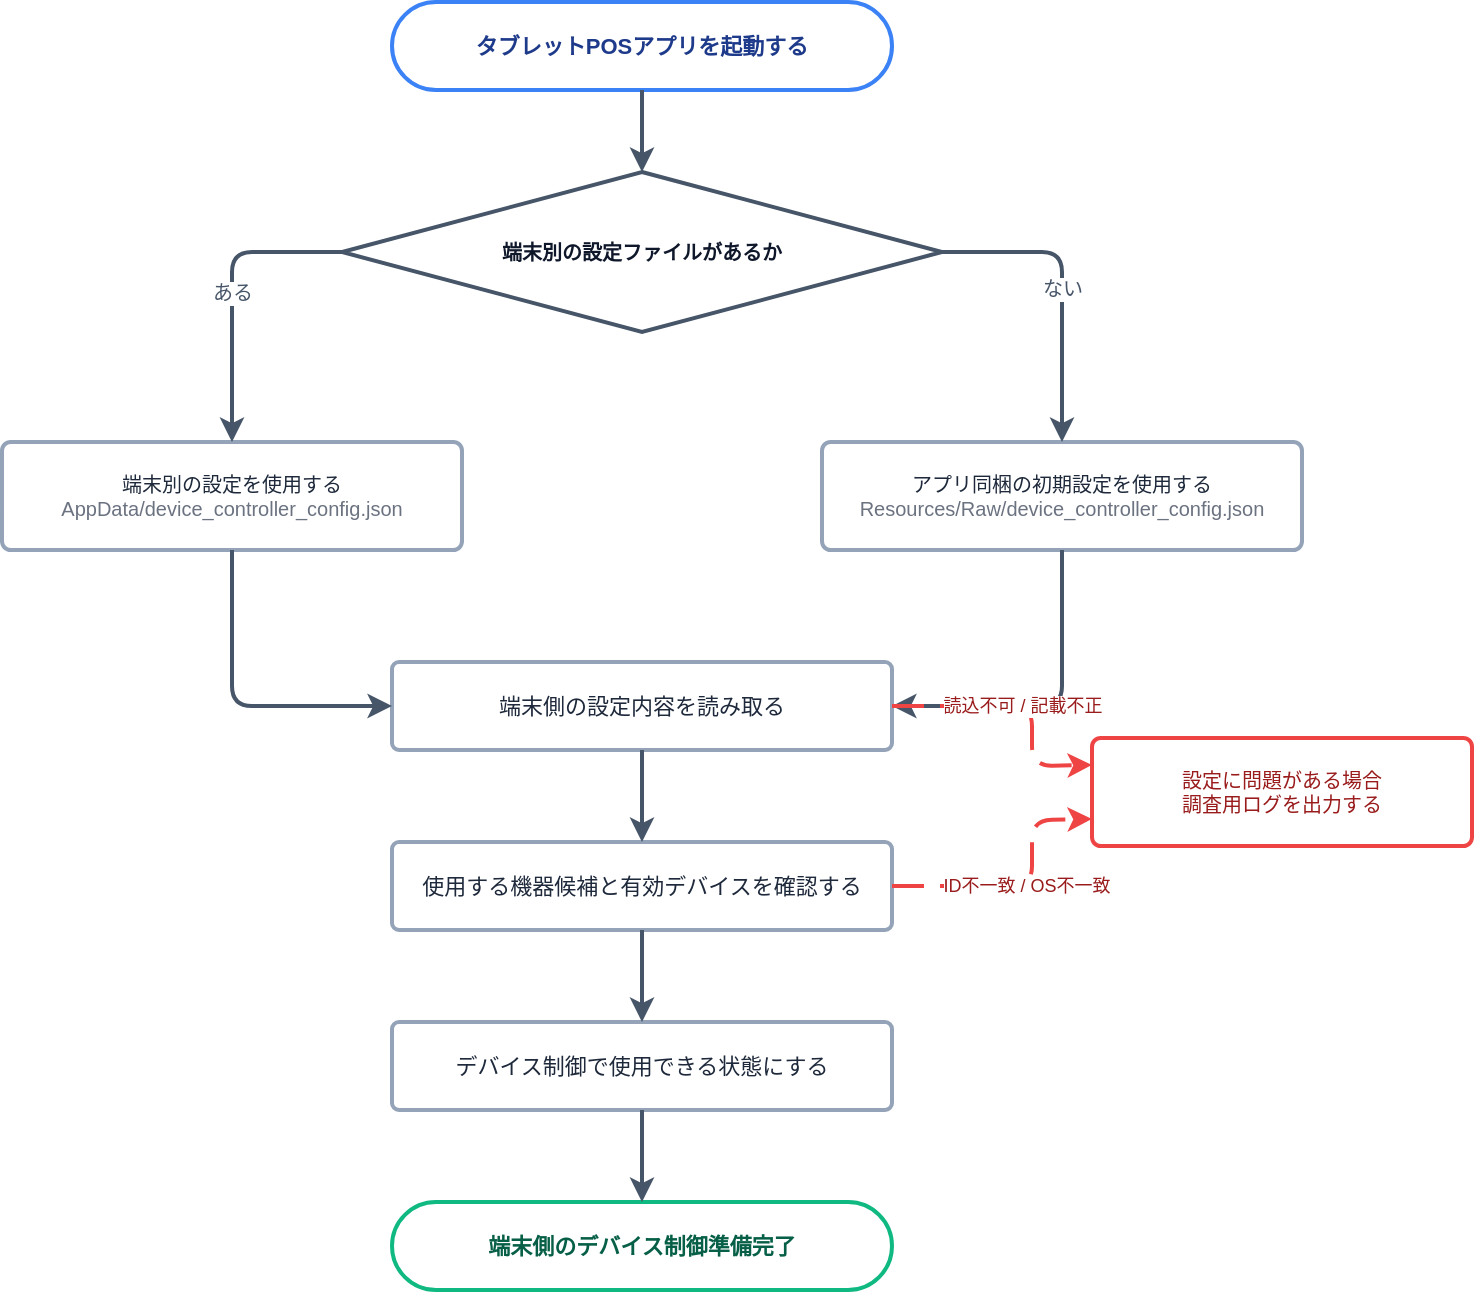
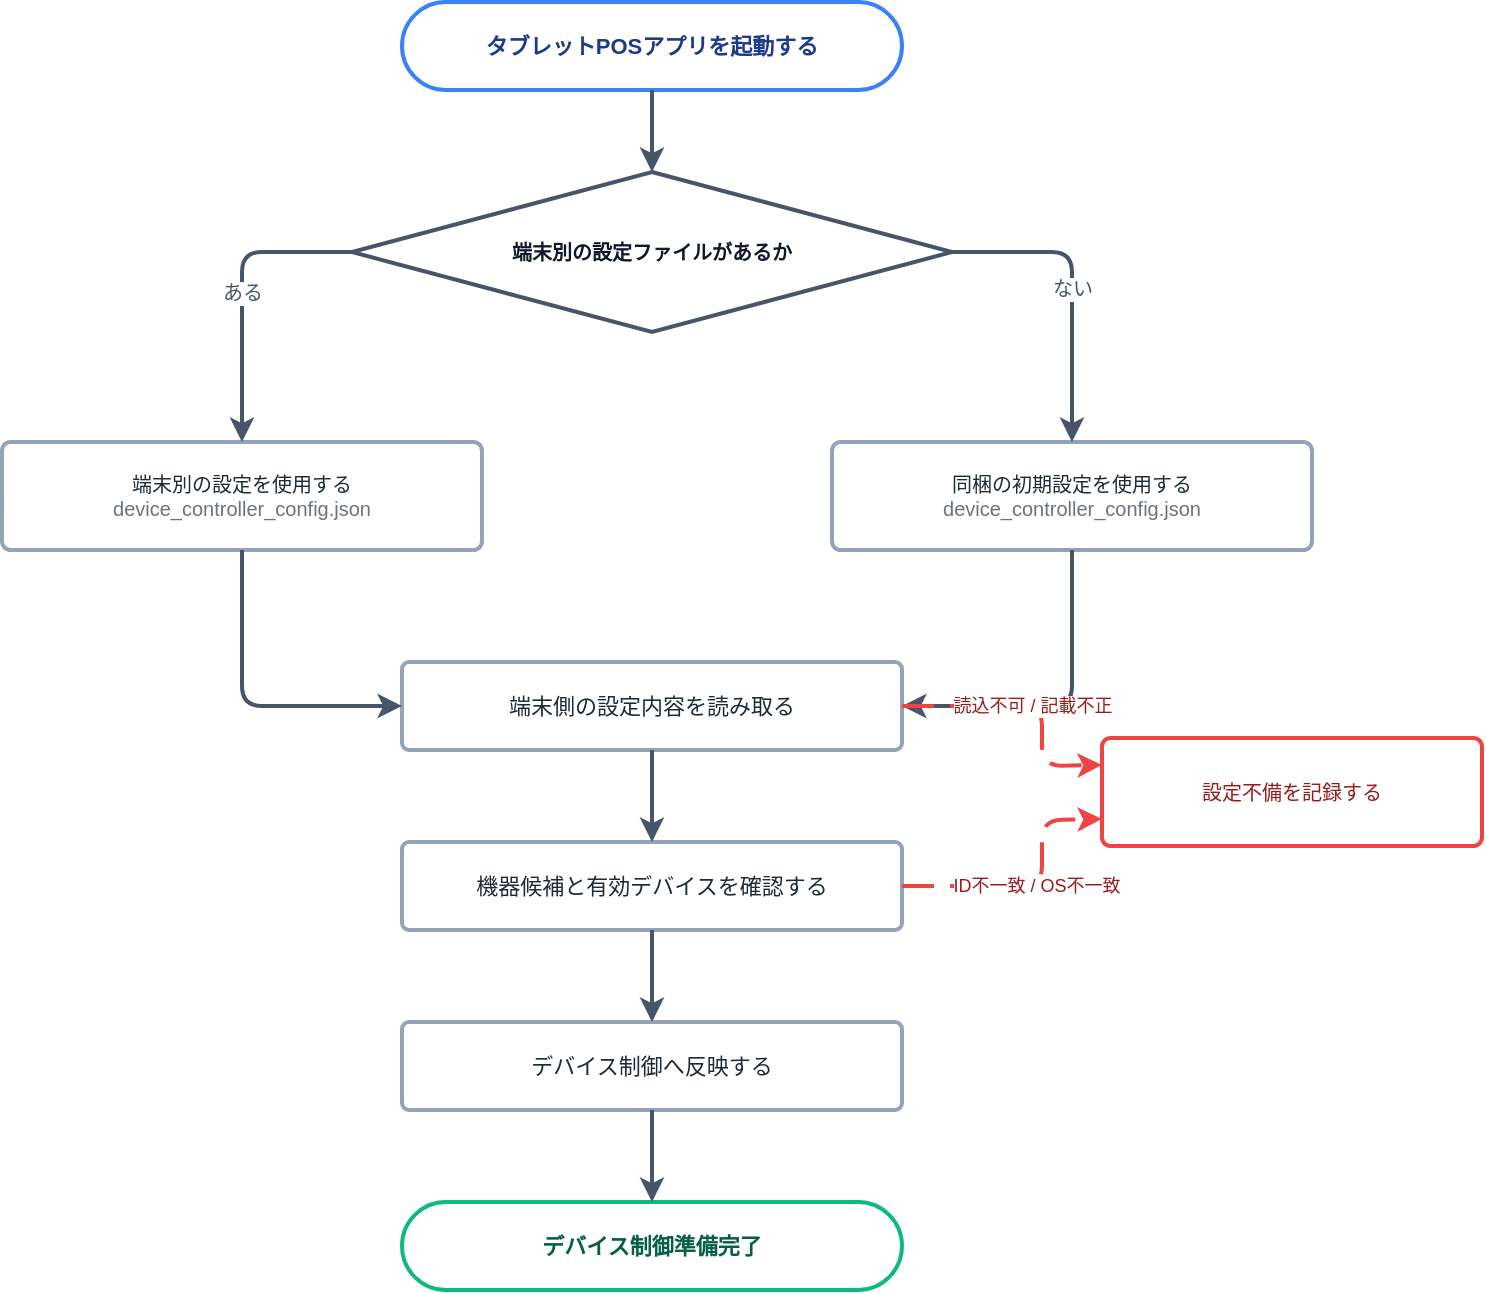
<mxfile host="Electron">
  <diagram name="device_controller_config_flow" id="dcc_flow_01">
    <mxGraphModel dx="1414" dy="841" grid="1" gridSize="10" guides="1" tooltips="1" connect="1" arrows="1" fold="1" page="1" pageScale="1" pageWidth="850" pageHeight="1100" background="#ffffff" math="0" shadow="0">
      <root>
        <mxCell id="0" />
        <mxCell id="1" parent="0" />
        <mxCell id="node_start" parent="1" style="rounded=1;whiteSpace=wrap;html=1;arcSize=50;fillColor=#FFFFFF;strokeColor=#3B82F6;strokeWidth=2;fontColor=#1E3A8A;fontStyle=1;fontSize=11;" value="タブレットPOSアプリを起動する" vertex="1">
          <mxGeometry height="44" width="250" x="245" y="110" as="geometry" />
        </mxCell>
        <mxCell id="node_check" parent="1" style="rhombus;whiteSpace=wrap;html=1;fillColor=#FFFFFF;strokeColor=#475569;strokeWidth=2;fontColor=#0F172A;fontStyle=1;fontSize=10;verticalAlign=middle;" value="端末別の設定ファイルがあるか" vertex="1">
          <mxGeometry height="80" width="300" x="220" y="195" as="geometry" />
        </mxCell>
-         <mxCell id="node_runtime" parent="1" style="rounded=1;whiteSpace=wrap;html=1;arcSize=8;fillColor=#FFFFFF;strokeColor=#94A3B8;strokeWidth=2;fontColor=#1E293B;fontStyle=0;fontSize=10;" value="端末別の設定を使用する&lt;br/&gt;&lt;font color=&quot;#6B7280&quot;&gt;AppData/device_controller_config.json&lt;/font&gt;" vertex="1">
-           <mxGeometry height="54" width="230" x="50" y="330" as="geometry" />
+         <mxCell id="node_runtime" parent="1" style="rounded=1;whiteSpace=wrap;html=1;arcSize=8;fillColor=#FFFFFF;strokeColor=#94A3B8;strokeWidth=2;fontColor=#1E293B;fontStyle=0;fontSize=10;" value="端末別の設定を使用する&lt;br/&gt;&lt;font color=&quot;#6B7280&quot;&gt;device_controller_config.json&lt;/font&gt;" vertex="1">
+           <mxGeometry height="54" width="240" x="45" y="330" as="geometry" />
        </mxCell>
-         <mxCell id="node_default" parent="1" style="rounded=1;whiteSpace=wrap;html=1;arcSize=8;fillColor=#FFFFFF;strokeColor=#94A3B8;strokeWidth=2;fontColor=#1E293B;fontStyle=0;fontSize=10;" value="アプリ同梱の初期設定を使用する&lt;br/&gt;&lt;font color=&quot;#6B7280&quot;&gt;Resources/Raw/device_controller_config.json&lt;/font&gt;" vertex="1">
+         <mxCell id="node_default" parent="1" style="rounded=1;whiteSpace=wrap;html=1;arcSize=8;fillColor=#FFFFFF;strokeColor=#94A3B8;strokeWidth=2;fontColor=#1E293B;fontStyle=0;fontSize=10;" value="同梱の初期設定を使用する&lt;br/&gt;&lt;font color=&quot;#6B7280&quot;&gt;device_controller_config.json&lt;/font&gt;" vertex="1">
          <mxGeometry height="54" width="240" x="460" y="330" as="geometry" />
        </mxCell>
        <mxCell id="node_read" parent="1" style="rounded=1;whiteSpace=wrap;html=1;arcSize=8;fillColor=#FFFFFF;strokeColor=#94A3B8;strokeWidth=2;fontColor=#1E293B;fontStyle=0;fontSize=11;" value="端末側の設定内容を読み取る" vertex="1">
          <mxGeometry height="44" width="250" x="245" y="440" as="geometry" />
        </mxCell>
-         <mxCell id="node_validate" parent="1" style="rounded=1;whiteSpace=wrap;html=1;arcSize=8;fillColor=#FFFFFF;strokeColor=#94A3B8;strokeWidth=2;fontColor=#1E293B;fontStyle=0;fontSize=11;" value="使用する機器候補と有効デバイスを確認する" vertex="1">
+         <mxCell id="node_validate" parent="1" style="rounded=1;whiteSpace=wrap;html=1;arcSize=8;fillColor=#FFFFFF;strokeColor=#94A3B8;strokeWidth=2;fontColor=#1E293B;fontStyle=0;fontSize=11;" value="機器候補と有効デバイスを確認する" vertex="1">
          <mxGeometry height="44" width="250" x="245" y="530" as="geometry" />
        </mxCell>
-         <mxCell id="node_apply" parent="1" style="rounded=1;whiteSpace=wrap;html=1;arcSize=8;fillColor=#FFFFFF;strokeColor=#94A3B8;strokeWidth=2;fontColor=#1E293B;fontStyle=0;fontSize=11;" value="デバイス制御で使用できる状態にする" vertex="1">
+         <mxCell id="node_apply" parent="1" style="rounded=1;whiteSpace=wrap;html=1;arcSize=8;fillColor=#FFFFFF;strokeColor=#94A3B8;strokeWidth=2;fontColor=#1E293B;fontStyle=0;fontSize=11;" value="デバイス制御へ反映する" vertex="1">
          <mxGeometry height="44" width="250" x="245" y="620" as="geometry" />
        </mxCell>
-         <mxCell id="node_ready" parent="1" style="rounded=1;whiteSpace=wrap;html=1;arcSize=50;fillColor=#FFFFFF;strokeColor=#10B981;strokeWidth=2;fontColor=#065F46;fontStyle=1;fontSize=11;" value="端末側のデバイス制御準備完了" vertex="1">
+         <mxCell id="node_ready" parent="1" style="rounded=1;whiteSpace=wrap;html=1;arcSize=50;fillColor=#FFFFFF;strokeColor=#10B981;strokeWidth=2;fontColor=#065F46;fontStyle=1;fontSize=11;" value="デバイス制御準備完了" vertex="1">
          <mxGeometry height="44" width="250" x="245" y="710" as="geometry" />
        </mxCell>
-         <mxCell id="node_error" parent="1" style="rounded=1;whiteSpace=wrap;html=1;arcSize=8;fillColor=#FFFFFF;strokeColor=#EF4444;strokeWidth=2;fontColor=#991B1B;fontStyle=0;fontSize=10;" value="設定に問題がある場合&lt;br/&gt;調査用ログを出力する" vertex="1">
+         <mxCell id="node_error" parent="1" style="rounded=1;whiteSpace=wrap;html=1;arcSize=8;fillColor=#FFFFFF;strokeColor=#EF4444;strokeWidth=2;fontColor=#991B1B;fontStyle=0;fontSize=10;" value="設定不備を記録する" vertex="1">
          <mxGeometry height="54" width="190" x="595" y="478" as="geometry" />
        </mxCell>
        <mxCell id="e_start_check" edge="1" parent="1" source="node_start" style="edgeStyle=orthogonalEdgeStyle;rounded=1;orthogonalLoop=1;jettySize=auto;html=1;strokeColor=#475569;strokeWidth=2;" target="node_check">
          <mxGeometry relative="1" as="geometry" />
        </mxCell>
        <mxCell id="e_check_runtime" edge="1" parent="1" source="node_check" style="edgeStyle=orthogonalEdgeStyle;rounded=1;orthogonalLoop=1;jettySize=auto;html=1;strokeColor=#475569;strokeWidth=2;fontColor=#475569;fontSize=10;labelBackgroundColor=#ffffff;exitX=0;exitY=0.5;exitDx=0;exitDy=0;entryX=0.5;entryY=0;entryDx=0;entryDy=0;" target="node_runtime" value="ある">
          <mxGeometry relative="1" as="geometry">
            <Array as="points">
              <mxPoint x="220" y="235" />
              <mxPoint x="165" y="235" />
              <mxPoint x="165" y="330" />
            </Array>
          </mxGeometry>
        </mxCell>
        <mxCell id="e_check_default" edge="1" parent="1" source="node_check" style="edgeStyle=orthogonalEdgeStyle;rounded=1;orthogonalLoop=1;jettySize=auto;html=1;strokeColor=#475569;strokeWidth=2;fontColor=#475569;fontSize=10;labelBackgroundColor=#ffffff;exitX=1;exitY=0.5;exitDx=0;exitDy=0;entryX=0.5;entryY=0;entryDx=0;entryDy=0;" target="node_default" value="ない">
          <mxGeometry relative="1" as="geometry">
            <Array as="points">
              <mxPoint x="520" y="235" />
              <mxPoint x="580" y="235" />
              <mxPoint x="580" y="330" />
            </Array>
          </mxGeometry>
        </mxCell>
        <mxCell id="e_runtime_read" edge="1" parent="1" source="node_runtime" style="edgeStyle=orthogonalEdgeStyle;rounded=1;orthogonalLoop=1;jettySize=auto;html=1;strokeColor=#475569;strokeWidth=2;exitX=0.5;exitY=1;exitDx=0;exitDy=0;entryX=0;entryY=0.5;entryDx=0;entryDy=0;" target="node_read">
          <mxGeometry relative="1" as="geometry">
            <Array as="points">
              <mxPoint x="165" y="414" />
              <mxPoint x="165" y="462" />
              <mxPoint x="245" y="462" />
            </Array>
          </mxGeometry>
        </mxCell>
        <mxCell id="e_default_read" edge="1" parent="1" source="node_default" style="edgeStyle=orthogonalEdgeStyle;rounded=1;orthogonalLoop=1;jettySize=auto;html=1;strokeColor=#475569;strokeWidth=2;exitX=0.5;exitY=1;exitDx=0;exitDy=0;entryX=1;entryY=0.5;entryDx=0;entryDy=0;" target="node_read">
          <mxGeometry relative="1" as="geometry">
            <Array as="points">
              <mxPoint x="580" y="414" />
              <mxPoint x="580" y="462" />
              <mxPoint x="495" y="462" />
            </Array>
          </mxGeometry>
        </mxCell>
        <mxCell id="e_read_validate" edge="1" parent="1" source="node_read" style="edgeStyle=orthogonalEdgeStyle;rounded=1;orthogonalLoop=1;jettySize=auto;html=1;strokeColor=#475569;strokeWidth=2;" target="node_validate">
          <mxGeometry relative="1" as="geometry" />
        </mxCell>
        <mxCell id="e_validate_apply" edge="1" parent="1" source="node_validate" style="edgeStyle=orthogonalEdgeStyle;rounded=1;orthogonalLoop=1;jettySize=auto;html=1;strokeColor=#475569;strokeWidth=2;" target="node_apply">
          <mxGeometry relative="1" as="geometry" />
        </mxCell>
        <mxCell id="e_apply_ready" edge="1" parent="1" source="node_apply" style="edgeStyle=orthogonalEdgeStyle;rounded=1;orthogonalLoop=1;jettySize=auto;html=1;strokeColor=#475569;strokeWidth=2;" target="node_ready">
          <mxGeometry relative="1" as="geometry" />
        </mxCell>
        <mxCell id="e_read_error" edge="1" parent="1" source="node_read" style="rounded=1;orthogonalLoop=1;jettySize=auto;html=1;strokeColor=#EF4444;strokeWidth=2;dashed=1;dashPattern=8 4;fontColor=#991B1B;fontSize=9;labelBackgroundColor=#ffffff;exitX=1;exitY=0.5;exitDx=0;exitDy=0;entryX=0;entryY=0.25;entryDx=0;entryDy=0;" target="node_error" value="読込不可 / 記載不正">
          <mxGeometry relative="1" as="geometry">
            <Array as="points">
              <mxPoint x="565" y="462" />
              <mxPoint x="565" y="492" />
            </Array>
          </mxGeometry>
        </mxCell>
        <mxCell id="e_validate_error" edge="1" parent="1" source="node_validate" style="rounded=1;orthogonalLoop=1;jettySize=auto;html=1;strokeColor=#EF4444;strokeWidth=2;dashed=1;dashPattern=8 4;fontColor=#991B1B;fontSize=9;labelBackgroundColor=#ffffff;exitX=1;exitY=0.5;exitDx=0;exitDy=0;entryX=0;entryY=0.75;entryDx=0;entryDy=0;" target="node_error" value="ID不一致 / OS不一致">
          <mxGeometry relative="1" as="geometry">
            <Array as="points">
              <mxPoint x="565" y="552" />
              <mxPoint x="565" y="519" />
            </Array>
          </mxGeometry>
        </mxCell>
      </root>
    </mxGraphModel>
  </diagram>
</mxfile>
